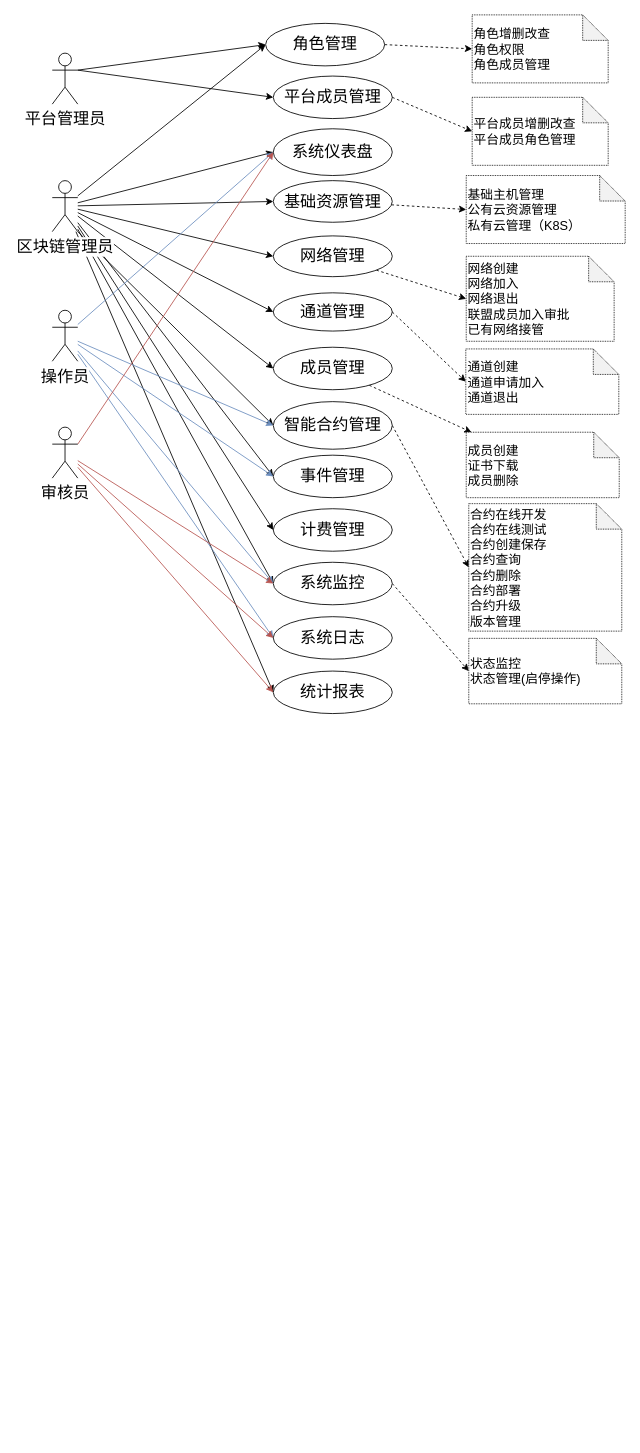
dilide/collections keeps this draw.io diagram as repository/drawio/postb/system use case.drawio. Above is the earlier version. Source tidied: cells renumbered, new cells numbered last; positions are measured from the earlier drawing's top-left corner, leaving out a move shared by most shapes. Both pictures are drawn from the tidied source at 85%, with x=0, y=0 at pixel (52, 14).
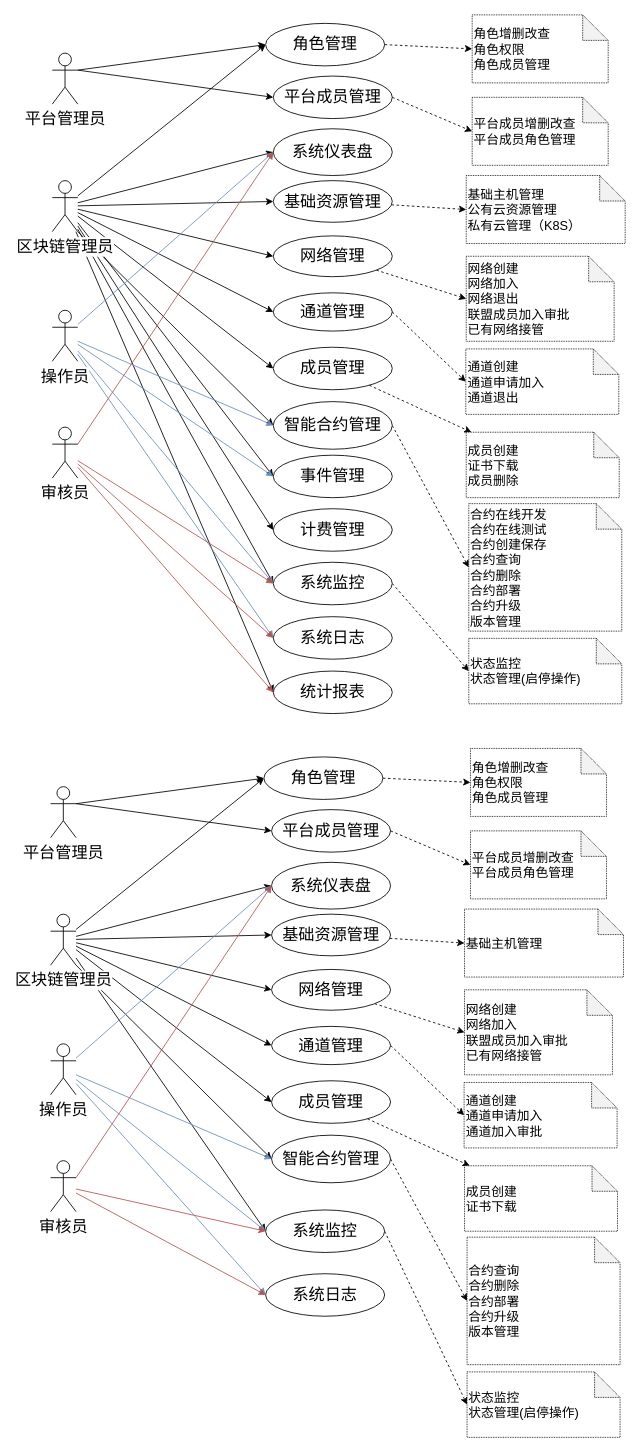
The same diagram, later.

What changed in the source:
```diff
@@
+    <mxCell id="57" style="rounded=0;jettySize=auto;html=1;fontSize=19;entryX=0;entryY=0.5;entryDx=0;entryDy=0;" parent="1" edge="1" source="65" target="71">
+      <mxGeometry relative="1" as="geometry" />
+    </mxCell>
+    <mxCell id="58" style="edgeStyle=none;rounded=0;jettySize=auto;html=1;entryX=0;entryY=0.5;entryDx=0;entryDy=0;fontSize=19;" parent="1" edge="1" source="65" target="67">
+      <mxGeometry relative="1" as="geometry" />
+    </mxCell>
+    <mxCell id="59" style="edgeStyle=none;rounded=0;jettySize=auto;html=1;entryX=0;entryY=0.5;entryDx=0;entryDy=0;fontSize=19;" parent="1" edge="1" source="65" target="70">
+      <mxGeometry relative="1" as="geometry" />
+    </mxCell>
+    <mxCell id="60" style="edgeStyle=none;rounded=0;jettySize=auto;html=1;entryX=0;entryY=0.5;entryDx=0;entryDy=0;fontSize=19;" parent="1" edge="1" source="65" target="69">
+      <mxGeometry relative="1" as="geometry" />
+    </mxCell>
+    <mxCell id="61" style="edgeStyle=none;rounded=0;jettySize=auto;html=1;entryX=0;entryY=0.5;entryDx=0;entryDy=0;fontSize=19;" parent="1" edge="1" source="65" target="73">
+      <mxGeometry relative="1" as="geometry" />
+    </mxCell>
+    <mxCell id="62" style="edgeStyle=none;rounded=0;jettySize=auto;html=1;exitX=1;exitY=1;exitDx=0;exitDy=0;exitPerimeter=0;entryX=0;entryY=0.5;entryDx=0;entryDy=0;fontSize=19;" parent="1" edge="1" source="65" target="75">
+      <mxGeometry relative="1" as="geometry" />
+    </mxCell>
+    <mxCell id="63" style="edgeStyle=none;rounded=0;jettySize=auto;html=1;entryX=0;entryY=0.5;entryDx=0;entryDy=0;fontSize=19;" parent="1" edge="1" source="65" target="84">
+      <mxGeometry relative="1" as="geometry" />
+    </mxCell>
+    <mxCell id="64" style="edgeStyle=none;rounded=0;jettySize=auto;html=1;entryX=0;entryY=0.5;entryDx=0;entryDy=0;fontSize=19;" parent="1" edge="1" source="65" target="82">
+      <mxGeometry relative="1" as="geometry" />
+    </mxCell>
+    <mxCell id="65" value="区块链管理员" style="shape=umlActor;verticalLabelPosition=bottom;labelBackgroundColor=#ffffff;verticalAlign=top;html=1;fontSize=19;" parent="1" vertex="1">
+      <mxGeometry x="-2" y="1058" width="30" height="60" as="geometry" />
+    </mxCell>
+    <mxCell id="66" style="edgeStyle=none;rounded=0;jettySize=auto;html=1;entryX=0;entryY=0.5;entryDx=0;entryDy=0;entryPerimeter=0;dashed=1;fontSize=15;" parent="1" edge="1" source="67" target="93">
+      <mxGeometry relative="1" as="geometry" />
+    </mxCell>
+    <mxCell id="67" value="网络管理&lt;br style=&quot;font-size: 19px;&quot;&gt;" style="ellipse;whiteSpace=wrap;html=1;fontSize=19;" parent="1" vertex="1">
+      <mxGeometry x="258" y="1123" width="140" height="48" as="geometry" />
+    </mxCell>
+    <mxCell id="68" style="edgeStyle=none;rounded=0;jettySize=auto;html=1;dashed=1;fontSize=15;" parent="1" edge="1" source="69" target="95">
+      <mxGeometry relative="1" as="geometry" />
+    </mxCell>
+    <mxCell id="69" value="成员管理" style="ellipse;whiteSpace=wrap;html=1;fontSize=19;" parent="1" vertex="1">
+      <mxGeometry x="258" y="1254" width="140" height="50" as="geometry" />
+    </mxCell>
+    <mxCell id="70" value="通道管理" style="ellipse;whiteSpace=wrap;html=1;fontSize=19;" parent="1" vertex="1">
+      <mxGeometry x="258" y="1190" width="140" height="45" as="geometry" />
+    </mxCell>
+    <mxCell id="71" value="角色管理" style="ellipse;whiteSpace=wrap;html=1;fontSize=19;" parent="1" vertex="1">
+      <mxGeometry x="249" y="873" width="140" height="50" as="geometry" />
+    </mxCell>
+    <mxCell id="72" style="edgeStyle=none;rounded=0;jettySize=auto;html=1;entryX=0;entryY=0.5;entryDx=0;entryDy=0;entryPerimeter=0;dashed=1;" parent="1" edge="1" source="73" target="91">
+      <mxGeometry relative="1" as="geometry" />
+    </mxCell>
+    <mxCell id="73" value="基础资源管理&lt;br style=&quot;font-size: 19px&quot;&gt;" style="ellipse;whiteSpace=wrap;html=1;fontSize=19;" parent="1" vertex="1">
+      <mxGeometry x="258" y="1058" width="140" height="49" as="geometry" />
+    </mxCell>
+    <mxCell id="74" style="edgeStyle=none;rounded=0;jettySize=auto;html=1;entryX=0;entryY=0.5;entryDx=0;entryDy=0;entryPerimeter=0;dashed=1;fontSize=15;exitX=1;exitY=0.5;exitDx=0;exitDy=0;" parent="1" edge="1" source="75" target="96">
+      <mxGeometry relative="1" as="geometry" />
+    </mxCell>
+    <mxCell id="75" value="智能合约管理" style="ellipse;whiteSpace=wrap;html=1;fontSize=19;" parent="1" vertex="1">
+      <mxGeometry x="258" y="1318" width="140" height="56" as="geometry" />
+    </mxCell>
+    <mxCell id="76" style="edgeStyle=none;rounded=0;jettySize=auto;html=1;entryX=0;entryY=0.5;entryDx=0;entryDy=0;fontSize=19;fillColor=#dae8fc;strokeColor=#6c8ebf;" parent="1" edge="1" source="80" target="75">
+      <mxGeometry relative="1" as="geometry" />
+    </mxCell>
+    <mxCell id="77" style="edgeStyle=none;rounded=0;jettySize=auto;html=1;entryX=0;entryY=0.5;entryDx=0;entryDy=0;fontSize=19;fillColor=#dae8fc;strokeColor=#6c8ebf;" parent="1" edge="1" source="80" target="82">
+      <mxGeometry relative="1" as="geometry" />
+    </mxCell>
+    <mxCell id="78" style="edgeStyle=none;rounded=0;jettySize=auto;html=1;entryX=0;entryY=0.5;entryDx=0;entryDy=0;fontSize=19;fillColor=#dae8fc;strokeColor=#6c8ebf;" parent="1" edge="1" source="80" target="84">
+      <mxGeometry relative="1" as="geometry" />
+    </mxCell>
+    <mxCell id="79" style="edgeStyle=none;rounded=0;jettySize=auto;html=1;entryX=0;entryY=0.5;entryDx=0;entryDy=0;fontSize=19;fillColor=#dae8fc;strokeColor=#6c8ebf;" parent="1" edge="1" source="80" target="85">
+      <mxGeometry relative="1" as="geometry" />
+    </mxCell>
+    <mxCell id="80" value="操作员&lt;br style=&quot;font-size: 19px&quot;&gt;" style="shape=umlActor;verticalLabelPosition=bottom;labelBackgroundColor=#ffffff;verticalAlign=top;html=1;fontSize=19;" parent="1" vertex="1">
+      <mxGeometry x="-2" y="1210.5" width="30" height="60" as="geometry" />
+    </mxCell>
+    <mxCell id="81" style="edgeStyle=none;rounded=0;jettySize=auto;html=1;entryX=0;entryY=0.5;entryDx=0;entryDy=0;entryPerimeter=0;dashed=1;fontSize=15;exitX=1;exitY=0.5;exitDx=0;exitDy=0;" parent="1" edge="1" source="82" target="97">
+      <mxGeometry relative="1" as="geometry" />
+    </mxCell>
+    <mxCell id="82" value="系统监控" style="ellipse;whiteSpace=wrap;html=1;fontSize=19;" parent="1" vertex="1">
+      <mxGeometry x="251" y="1406" width="140" height="50" as="geometry" />
+    </mxCell>
+    <mxCell id="83" style="rounded=0;jettySize=auto;html=1;entryX=0;entryY=0.5;entryDx=0;entryDy=0;entryPerimeter=0;dashed=1;exitX=1;exitY=0.5;exitDx=0;exitDy=0;" parent="1" edge="1" source="71" target="90">
+      <mxGeometry relative="1" as="geometry" />
+    </mxCell>
+    <mxCell id="84" value="系统仪表盘" style="ellipse;whiteSpace=wrap;html=1;fontSize=19;" parent="1" vertex="1">
+      <mxGeometry x="258" y="997" width="140" height="55" as="geometry" />
+    </mxCell>
+    <mxCell id="85" value="系统日志" style="ellipse;whiteSpace=wrap;html=1;fontSize=19;" parent="1" vertex="1">
+      <mxGeometry x="251" y="1481" width="140" height="50" as="geometry" />
+    </mxCell>
+    <mxCell id="86" style="edgeStyle=none;rounded=0;jettySize=auto;html=1;entryX=0;entryY=0.5;entryDx=0;entryDy=0;fontSize=19;exitX=1;exitY=0.3333333333333333;exitDx=0;exitDy=0;exitPerimeter=0;fillColor=#f8cecc;strokeColor=#b85450;" parent="1" edge="1" source="89" target="84">
+      <mxGeometry relative="1" as="geometry" />
+    </mxCell>
+    <mxCell id="87" style="edgeStyle=none;rounded=0;jettySize=auto;html=1;entryX=0;entryY=0.5;entryDx=0;entryDy=0;fontSize=19;fillColor=#f8cecc;strokeColor=#b85450;" parent="1" edge="1" source="89" target="85">
+      <mxGeometry relative="1" as="geometry" />
+    </mxCell>
+    <mxCell id="88" style="edgeStyle=none;rounded=0;jettySize=auto;html=1;entryX=0;entryY=0.5;entryDx=0;entryDy=0;fontSize=19;fillColor=#f8cecc;strokeColor=#b85450;" parent="1" edge="1" source="89" target="82">
+      <mxGeometry relative="1" as="geometry" />
+    </mxCell>
+    <mxCell id="89" value="审核员" style="shape=umlActor;verticalLabelPosition=bottom;labelBackgroundColor=#ffffff;verticalAlign=top;html=1;fontSize=19;" parent="1" vertex="1">
+      <mxGeometry x="-2" y="1348" width="30" height="60" as="geometry" />
+    </mxCell>
+    <mxCell id="90" value="角色增删改查&lt;br style=&quot;font-size: 15px&quot;&gt;角色权限&lt;br&gt;角色成员管理" style="shape=note;whiteSpace=wrap;html=1;backgroundOutline=1;darkOpacity=0.05;fontSize=15;align=left;dashed=1;dashPattern=1 1;" parent="1" vertex="1">
+      <mxGeometry x="492" y="863" width="160" height="80" as="geometry" />
+    </mxCell>
+    <mxCell id="91" value="基础主机管理" style="shape=note;whiteSpace=wrap;html=1;backgroundOutline=1;darkOpacity=0.05;fontSize=15;align=left;dashed=1;dashPattern=1 1;" parent="1" vertex="1">
+      <mxGeometry x="485" y="1052" width="187" height="80" as="geometry" />
+    </mxCell>
+    <mxCell id="92" style="edgeStyle=none;rounded=0;jettySize=auto;html=1;dashed=1;fontSize=15;exitX=1;exitY=0.5;exitDx=0;exitDy=0;entryX=0;entryY=0.5;entryDx=0;entryDy=0;entryPerimeter=0;" parent="1" edge="1" source="70" target="94">
+      <mxGeometry relative="1" as="geometry" />
+    </mxCell>
+    <mxCell id="93" value="网络创建&lt;br&gt;网络加入&lt;br&gt;联盟成员加入审批&lt;br&gt;已有网络接管" style="shape=note;whiteSpace=wrap;html=1;backgroundOutline=1;darkOpacity=0.05;fontSize=15;align=left;dashed=1;dashPattern=1 1;" parent="1" vertex="1">
+      <mxGeometry x="485" y="1147" width="174" height="100" as="geometry" />
+    </mxCell>
+    <mxCell id="94" value="通道创建&lt;br&gt;通道申请加入&lt;br&gt;通道加入审批" style="shape=note;whiteSpace=wrap;html=1;backgroundOutline=1;darkOpacity=0.05;fontSize=15;align=left;dashed=1;dashPattern=1 1;" parent="1" vertex="1">
+      <mxGeometry x="484.5" y="1256" width="180" height="77" as="geometry" />
+    </mxCell>
+    <mxCell id="95" value="成员创建&lt;br&gt;证书下载" style="shape=note;whiteSpace=wrap;html=1;backgroundOutline=1;darkOpacity=0.05;fontSize=15;align=left;dashed=1;dashPattern=1 1;" parent="1" vertex="1">
+      <mxGeometry x="485" y="1354" width="180" height="77" as="geometry" />
+    </mxCell>
+    <mxCell id="96" value="合约查询&lt;br&gt;合约删除&lt;br&gt;合约部署&lt;br&gt;合约升级&lt;br&gt;版本管理" style="shape=note;whiteSpace=wrap;html=1;backgroundOutline=1;darkOpacity=0.05;fontSize=15;align=left;dashed=1;dashPattern=1 1;" parent="1" vertex="1">
+      <mxGeometry x="488" y="1438" width="180" height="150" as="geometry" />
+    </mxCell>
+    <mxCell id="97" value="状态监控&lt;br&gt;状态管理(启停操作)&lt;br style=&quot;font-size: 15px&quot;&gt;" style="shape=note;whiteSpace=wrap;html=1;backgroundOutline=1;darkOpacity=0.05;fontSize=15;align=left;dashed=1;dashPattern=1 1;" parent="1" vertex="1">
+      <mxGeometry x="488" y="1596.5" width="180" height="77" as="geometry" />
+    </mxCell>
+    <mxCell id="98" value="平台管理员" style="shape=umlActor;verticalLabelPosition=bottom;labelBackgroundColor=#ffffff;verticalAlign=top;html=1;fontSize=19;" parent="1" vertex="1">
+      <mxGeometry x="-2" y="908" width="30" height="60" as="geometry" />
+    </mxCell>
+    <mxCell id="99" value="平台成员管理" style="ellipse;whiteSpace=wrap;html=1;fontSize=19;" parent="1" vertex="1">
+      <mxGeometry x="258" y="935" width="140" height="50" as="geometry" />
+    </mxCell>
+    <mxCell id="100" style="endArrow=classic;html=1;fontSize=12;exitX=1;exitY=0.3333333333333333;exitDx=0;exitDy=0;exitPerimeter=0;entryX=0;entryY=0.5;entryDx=0;entryDy=0;" parent="1" edge="1" source="98" target="71">
+      <mxGeometry relative="1" as="geometry" />
+    </mxCell>
+    <mxCell id="101" style="endArrow=classic;html=1;fontSize=12;exitX=1;exitY=0.3333333333333333;exitDx=0;exitDy=0;exitPerimeter=0;entryX=0;entryY=0.5;entryDx=0;entryDy=0;" parent="1" edge="1" source="98" target="99">
+      <mxGeometry relative="1" as="geometry" />
+    </mxCell>
+    <mxCell id="102" value="平台成员增删改查&lt;br&gt;平台成员角色管理&lt;br style=&quot;font-size: 15px&quot;&gt;" style="shape=note;whiteSpace=wrap;html=1;backgroundOutline=1;darkOpacity=0.05;fontSize=15;align=left;dashed=1;dashPattern=1 1;" parent="1" vertex="1">
+      <mxGeometry x="492" y="960" width="160" height="80" as="geometry" />
+    </mxCell>
+    <mxCell id="103" style="endArrow=classic;html=1;fontSize=12;exitX=1;exitY=0.5;exitDx=0;exitDy=0;entryX=0;entryY=0.5;entryDx=0;entryDy=0;entryPerimeter=0;dashed=1;" parent="1" edge="1" source="99" target="102">
+      <mxGeometry relative="1" as="geometry" />
+    </mxCell>
```
